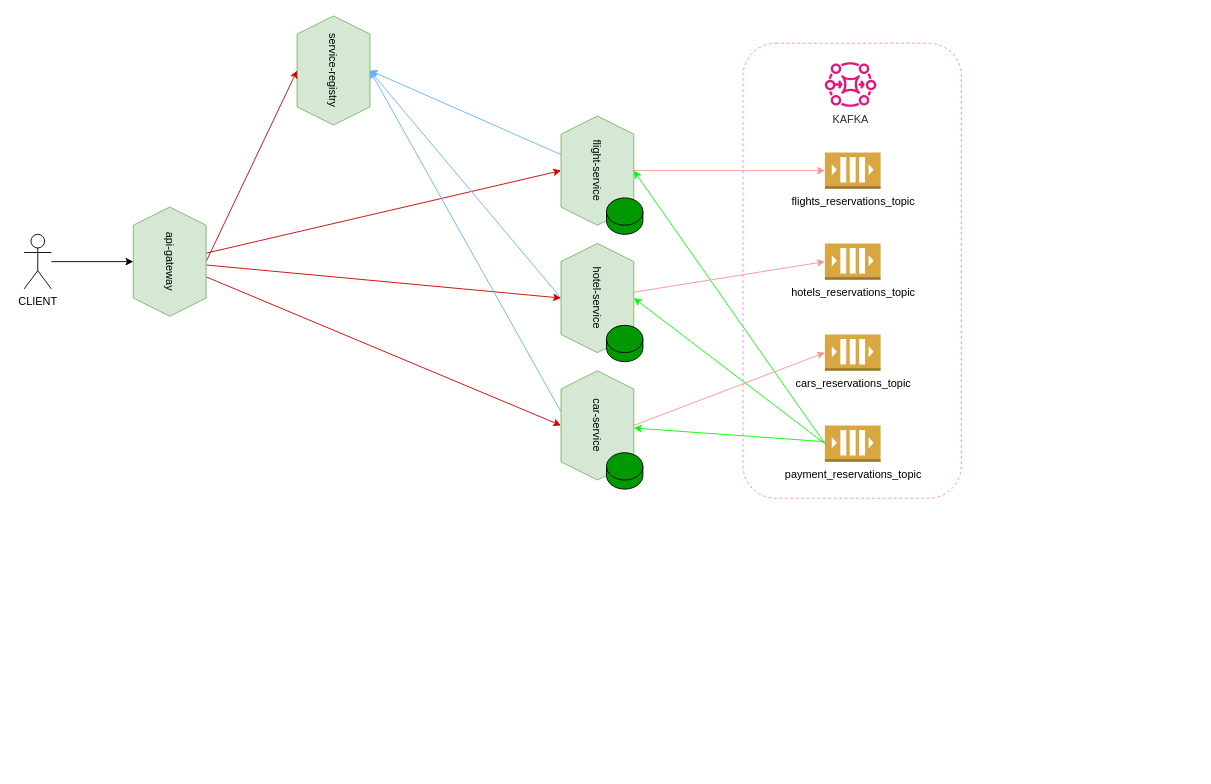
The draw.io diagram booking-travel-services-architecture.drawio in vicente-priego-aviles/booking-travel-services, before the edit. Source tidied: cells renumbered, new cells numbered last; positions are measured from the earlier drawing's top-left corner, leaving out a move shared by most shapes. Both pictures are drawn from the tidied source at 91%, with x=0, y=0 at pixel (24, 34).
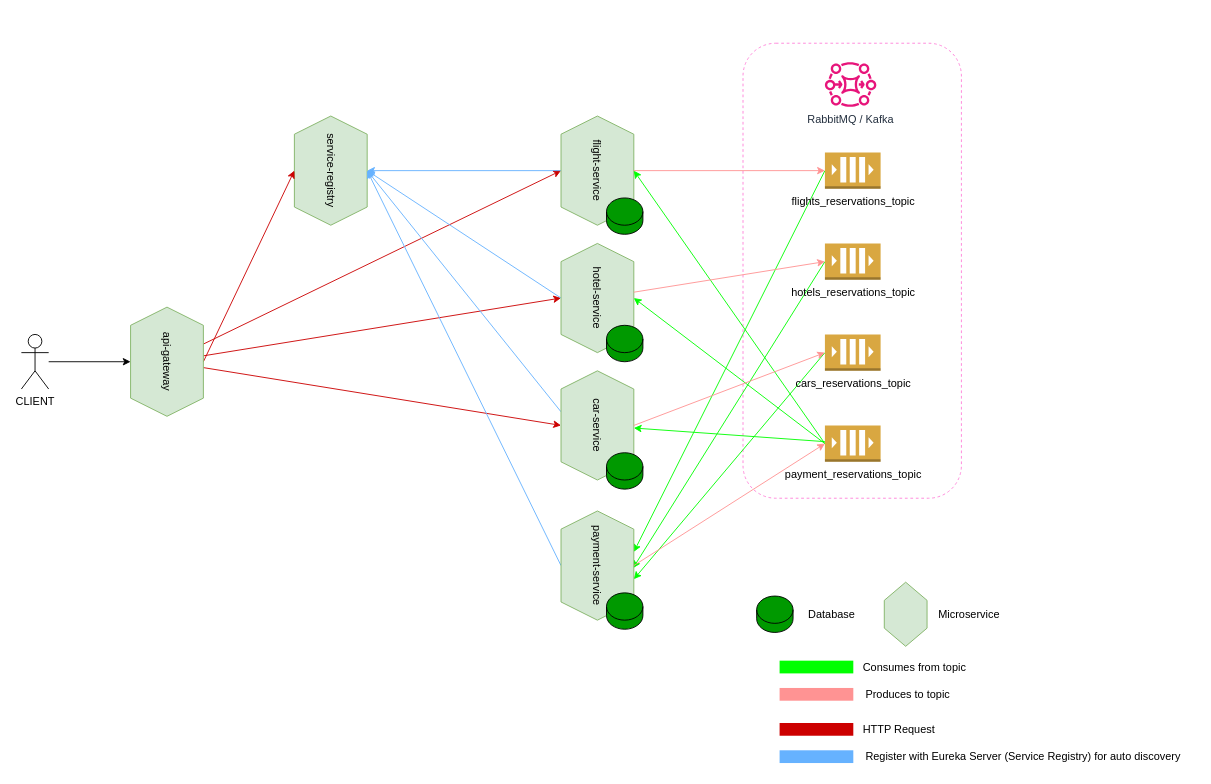
The same page after the edit.

The change refers to these unchanged cells:
```xml
<mxCell id="19" value="cars_reservations_topic" style="outlineConnect=0;dashed=0;verticalLabelPosition=bottom;verticalAlign=top;align=center;html=1;shape=mxgraph.aws3.queue;fillColor=#D9A741;gradientColor=none;" parent="1" vertex="1">
  <mxGeometry x="880" y="330" width="61.2" height="40" as="geometry" />
</mxCell>
<mxCell id="20" value="flights_reservations_topic" style="outlineConnect=0;dashed=0;verticalLabelPosition=bottom;verticalAlign=top;align=center;html=1;shape=mxgraph.aws3.queue;fillColor=#D9A741;gradientColor=none;" parent="1" vertex="1">
  <mxGeometry x="880" y="130" width="61.2" height="40" as="geometry" />
</mxCell>
<mxCell id="24" value="payment_reservations_topic" style="outlineConnect=0;dashed=0;verticalLabelPosition=bottom;verticalAlign=top;align=center;html=1;shape=mxgraph.aws3.queue;fillColor=#D9A741;gradientColor=none;" parent="1" vertex="1">
  <mxGeometry x="880" y="430" width="61.2" height="40" as="geometry" />
</mxCell>
<mxCell id="25" value="hotels_reservations_topic" style="outlineConnect=0;dashed=0;verticalLabelPosition=bottom;verticalAlign=top;align=center;html=1;shape=mxgraph.aws3.queue;fillColor=#D9A741;gradientColor=none;" parent="1" vertex="1">
  <mxGeometry x="880" y="230" width="61.2" height="40" as="geometry" />
</mxCell>
```

What changed in the source:
```diff
@@
     <mxCell id="3" value="service-registry" style="shape=hexagon;perimeter=hexagonPerimeter2;whiteSpace=wrap;html=1;fixedSize=1;rotation=90;fillColor=#d5e8d4;strokeColor=#82b366;" parent="1" vertex="1">
-      <mxGeometry x="280" width="120" height="80" as="geometry" />
+      <mxGeometry x="277" y="110" width="120" height="80" as="geometry" />
     </mxCell>
@@
     <mxCell id="8" value="api-gateway" style="shape=hexagon;perimeter=hexagonPerimeter2;whiteSpace=wrap;html=1;fixedSize=1;rotation=90;fillColor=#d5e8d4;strokeColor=#82b366;" parent="1" vertex="1">
-      <mxGeometry x="100" y="210" width="120" height="80" as="geometry" />
+      <mxGeometry x="97" y="320" width="120" height="80" as="geometry" />
     </mxCell>
@@
     <mxCell id="16" value="CLIENT" style="shape=umlActor;verticalLabelPosition=bottom;verticalAlign=top;html=1;outlineConnect=0;" parent="1" vertex="1">
-      <mxGeometry y="220" width="30" height="60" as="geometry" />
+      <mxGeometry x="-3" y="330" width="30" height="60" as="geometry" />
     </mxCell>
@@
-    <mxCell id="18" value="KAFKA" style="sketch=0;fontColor=#232F3E;gradientColor=none;fillColor=#E7157B;strokeColor=none;dashed=0;verticalLabelPosition=bottom;verticalAlign=top;align=center;html=1;fontSize=12;fontStyle=0;shape=mxgraph.aws4.mq_broker;" parent="1" vertex="1">
+    <mxCell id="18" value="RabbitMQ / Kafka" style="sketch=0;fontColor=#232F3E;gradientColor=none;fillColor=#E7157B;strokeColor=none;dashed=0;verticalLabelPosition=bottom;verticalAlign=top;align=center;html=1;fontSize=12;fontStyle=0;shape=mxgraph.aws4.mq_broker;" parent="1" vertex="1">
       <mxGeometry x="880" y="30" width="56.5" height="50" as="geometry" />
     </mxCell>
+    <mxCell id="31" style="rounded=0;jettySize=auto;html=1;exitX=0;exitY=0.5;exitDx=0;exitDy=0;exitPerimeter=0;strokeColor=#00FF00;entryX=0.625;entryY=0;entryDx=0;entryDy=0;" parent="1" edge="1" source="19" target="35">
+      <mxGeometry relative="1" as="geometry" />
+    </mxCell>
@@
+    <mxCell id="32" style="rounded=0;jettySize=auto;html=1;exitX=0;exitY=0.5;exitDx=0;exitDy=0;exitPerimeter=0;entryX=0.375;entryY=0;entryDx=0;entryDy=0;strokeColor=#00FF00;" parent="1" edge="1" source="20" target="35">
+      <mxGeometry relative="1" as="geometry" />
+    </mxCell>
@@
+    <mxCell id="33" style="rounded=0;jettySize=auto;html=1;exitX=0;exitY=0.5;exitDx=0;exitDy=0;exitPerimeter=0;strokeColor=#00FF00;" parent="1" edge="1" source="25">
+      <mxGeometry relative="1" as="geometry">
+        <mxPoint x="669" y="587" as="targetPoint" />
+      </mxGeometry>
+    </mxCell>
@@
+    <mxCell id="34" style="rounded=0;jettySize=auto;html=1;exitX=0.5;exitY=1;exitDx=0;exitDy=0;entryX=0.5;entryY=0;entryDx=0;entryDy=0;strokeColor=#66B2FF;fillColor=#dae8fc;" parent="1" edge="1" source="35" target="3">
+      <mxGeometry relative="1" as="geometry" />
+    </mxCell>
+    <mxCell id="35" value="payment-service" style="shape=hexagon;perimeter=hexagonPerimeter2;whiteSpace=wrap;html=1;fixedSize=1;rotation=90;fillColor=#d5e8d4;strokeColor=#82b366;" parent="1" vertex="1">
+      <mxGeometry x="570" y="544" width="120" height="80" as="geometry" />
+    </mxCell>
+    <mxCell id="36" style="shape=cylinder3;whiteSpace=wrap;html=1;boundedLbl=1;backgroundOutline=1;size=15;fillColor=#009900;" parent="1" vertex="1">
+      <mxGeometry x="640" y="614" width="40" height="40" as="geometry" />
+    </mxCell>
+    <mxCell id="37" style="rounded=0;jettySize=auto;html=1;exitX=0.5;exitY=0;exitDx=0;exitDy=0;entryX=0;entryY=0.5;entryDx=0;entryDy=0;entryPerimeter=0;strokeColor=#ff9393;" parent="1" edge="1" source="35" target="24">
+      <mxGeometry relative="1" as="geometry" />
+    </mxCell>
+    <mxCell id="38" style="rounded=0;whiteSpace=wrap;html=1;strokeColor=none;fillColor=#00FF00;" parent="1" vertex="1">
+      <mxGeometry x="830.2" y="688.5" width="81" height="14" as="geometry" />
+    </mxCell>
+    <mxCell id="39" value="Consumes from topic" style="text;html=1;align=left;verticalAlign=middle;strokeColor=none;fillColor=none;" parent="1" vertex="1">
+      <mxGeometry x="920.2" y="682.5" width="131" height="26" as="geometry" />
+    </mxCell>
+    <mxCell id="40" style="rounded=0;whiteSpace=wrap;html=1;strokeColor=none;fillColor=#FF9393;" parent="1" vertex="1">
+      <mxGeometry x="830.2" y="718.5" width="81" height="14" as="geometry" />
+    </mxCell>
+    <mxCell id="41" value="Produces to topic" style="text;html=1;align=left;verticalAlign=middle;strokeColor=none;fillColor=none;" parent="1" vertex="1">
+      <mxGeometry x="923.2" y="712.5" width="111" height="26" as="geometry" />
+    </mxCell>
+    <mxCell id="42" style="shape=cylinder3;whiteSpace=wrap;html=1;boundedLbl=1;backgroundOutline=1;size=15;fillColor=#009900;" parent="1" vertex="1">
+      <mxGeometry x="805" y="617.5" width="40" height="40" as="geometry" />
+    </mxCell>
+    <mxCell id="43" value="Database" style="text;html=1;align=left;verticalAlign=middle;strokeColor=none;fillColor=none;" parent="1" vertex="1">
+      <mxGeometry x="860.3" y="624.5" width="69" height="26" as="geometry" />
+    </mxCell>
+    <mxCell id="44" style="shape=hexagon;perimeter=hexagonPerimeter2;whiteSpace=wrap;html=1;fixedSize=1;rotation=90;fillColor=#d5e8d4;strokeColor=#82b366;" parent="1" vertex="1">
+      <mxGeometry x="933.5" y="614" width="70.5" height="47" as="geometry" />
+    </mxCell>
+    <mxCell id="45" value="Microservice" style="text;html=1;align=left;verticalAlign=middle;strokeColor=none;fillColor=none;" parent="1" vertex="1">
+      <mxGeometry x="1003" y="624.5" width="85" height="26" as="geometry" />
+    </mxCell>
+    <mxCell id="46" style="rounded=0;whiteSpace=wrap;html=1;strokeColor=none;fillColor=#CC0000;" parent="1" vertex="1">
+      <mxGeometry x="830.2" y="757" width="81" height="14" as="geometry" />
+    </mxCell>
+    <mxCell id="47" value="HTTP Request" style="text;html=1;align=left;verticalAlign=middle;strokeColor=none;fillColor=none;" parent="1" vertex="1">
+      <mxGeometry x="920.2" y="751" width="97" height="26" as="geometry" />
+    </mxCell>
+    <mxCell id="48" style="rounded=0;whiteSpace=wrap;html=1;strokeColor=none;fillColor=#66B2FF;" parent="1" vertex="1">
+      <mxGeometry x="830.2" y="787" width="81" height="14" as="geometry" />
+    </mxCell>
+    <mxCell id="49" value="Register with Eureka Server (Service Registry) for auto discovery" style="text;html=1;align=left;verticalAlign=middle;strokeColor=none;fillColor=none;" parent="1" vertex="1">
+      <mxGeometry x="923.2" y="781" width="364" height="26" as="geometry" />
+    </mxCell>
```
